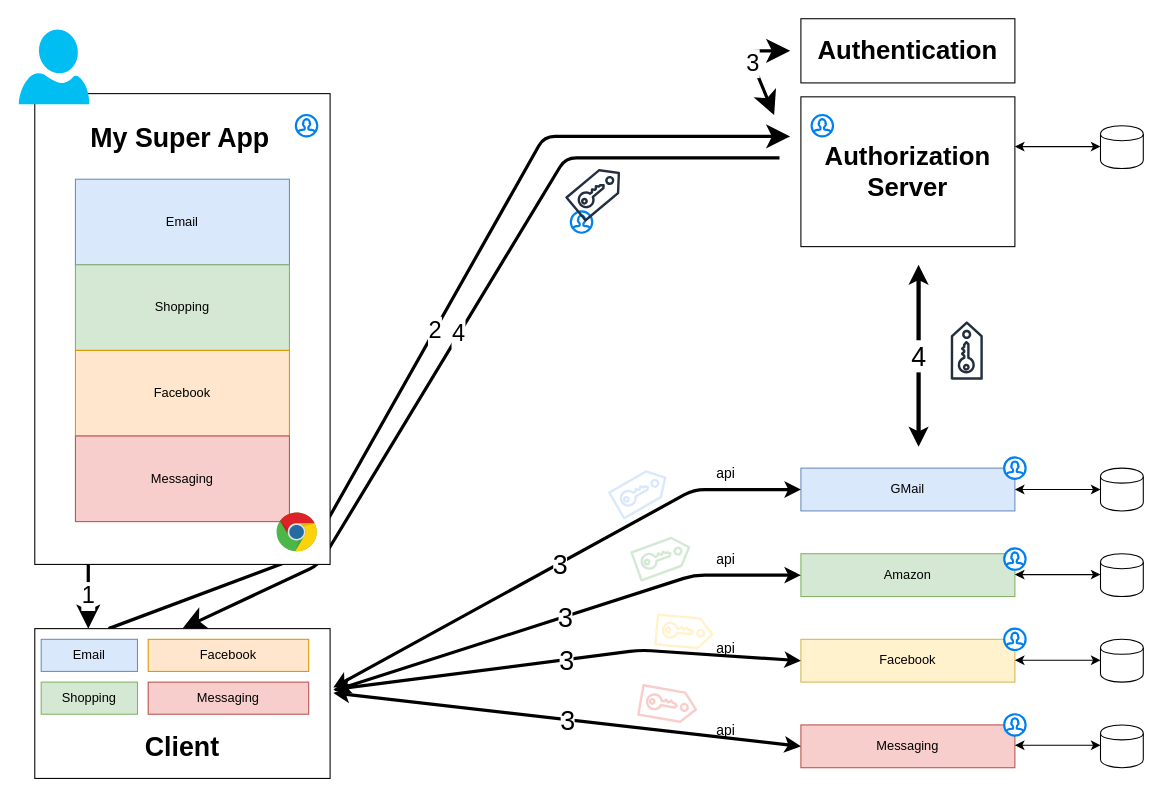
This is page "my-super-app-new" (5 of 5) of docs/graphics/oAuth Workshop.drawio from larskaare/WebAuthAuthorAndOtherCreatures, a draw.io file, before an edit. Source tidied: cells renumbered, new cells numbered last; positions are measured from the earlier drawing's top-left corner, leaving out a move shared by most shapes. Both pictures are drawn from the tidied source at 107%, with x=0, y=0 at pixel (18, 18).
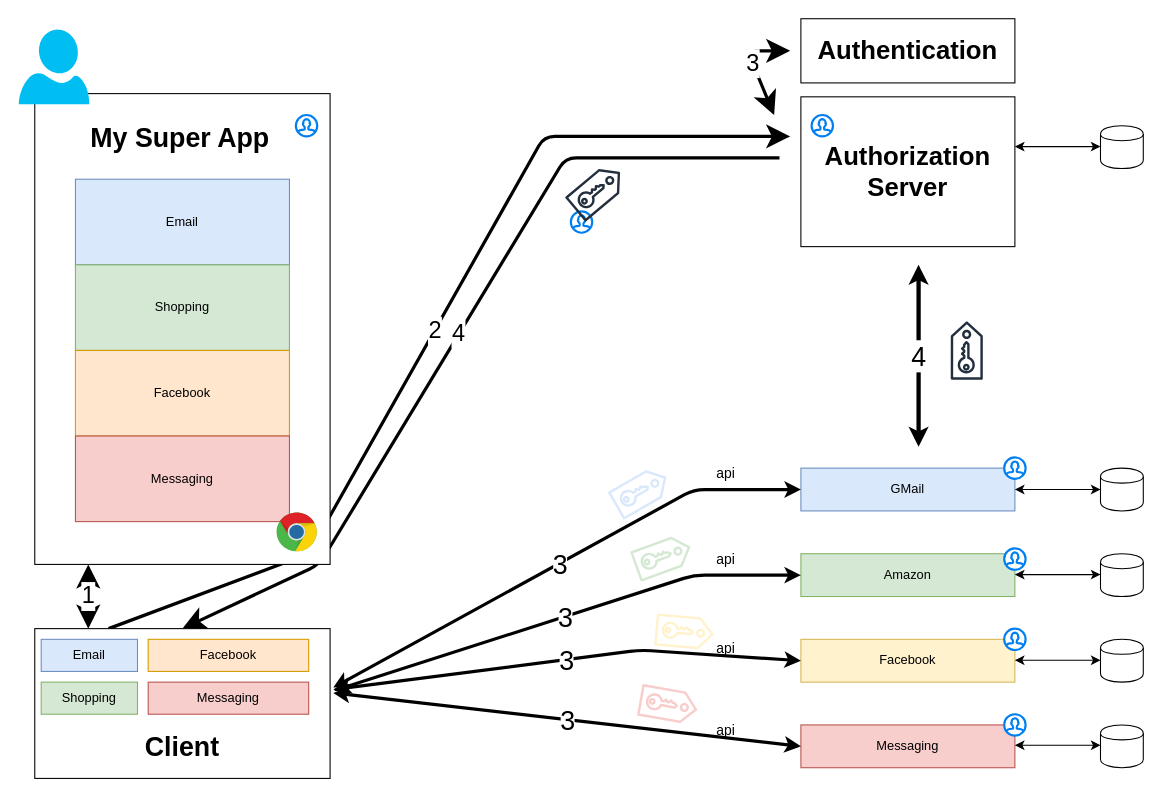
The same page after the edit.

What changed in the source:
```diff
@@
-    <mxCell id="51" value="1" style="endArrow=classic;html=1;shadow=0;strokeColor=#000000;fontSize=22;startArrow=none;startFill=0;endSize=13;strokeWidth=3;" parent="1" edge="1">
+    <mxCell id="51" value="1" style="endArrow=classic;html=1;shadow=0;strokeColor=#000000;fontSize=22;startArrow=classic;startFill=1;endSize=13;strokeWidth=3;startSize=13;" parent="1" edge="1">
       <mxGeometry relative="1" as="geometry">
         <mxPoint x="65" y="510" as="sourcePoint" />
         <mxPoint x="65" y="570" as="targetPoint" />
       </mxGeometry>
     </mxCell>
```
